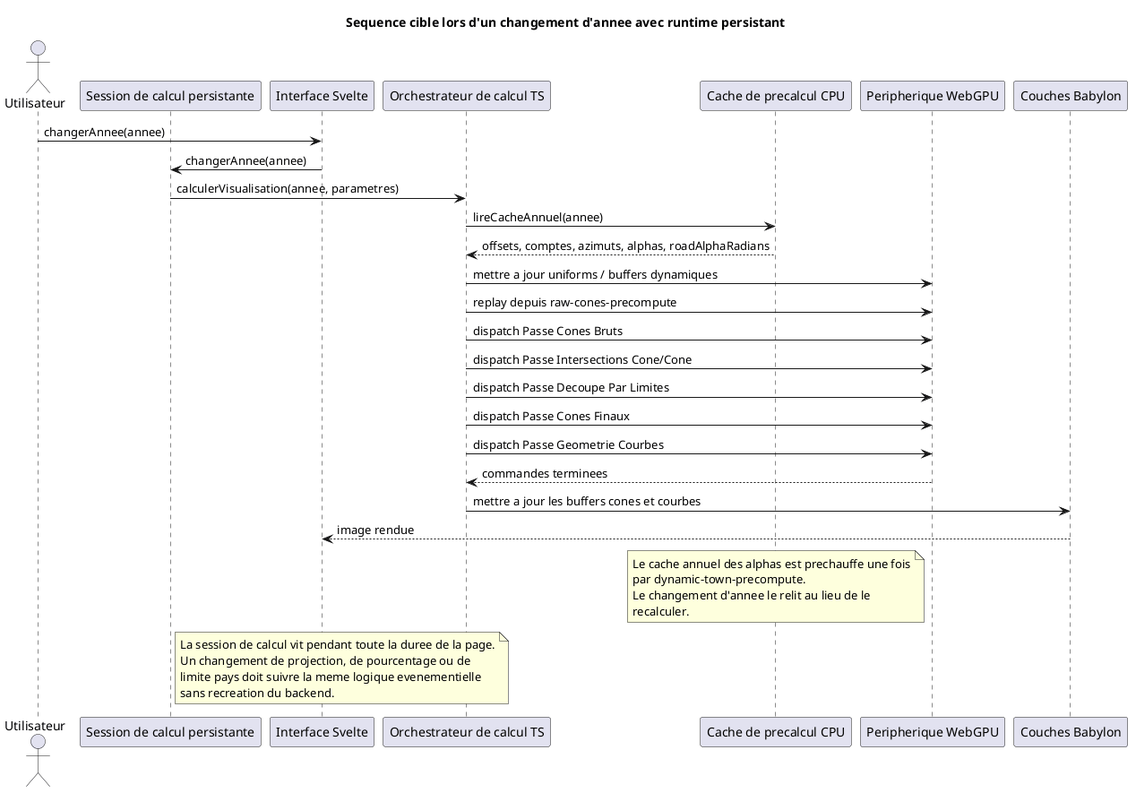
Before: docs/diagrams/precompute/06-change-year-sequence.png, a diagram exported from PlantUML (kaktus40/shriveling_world).
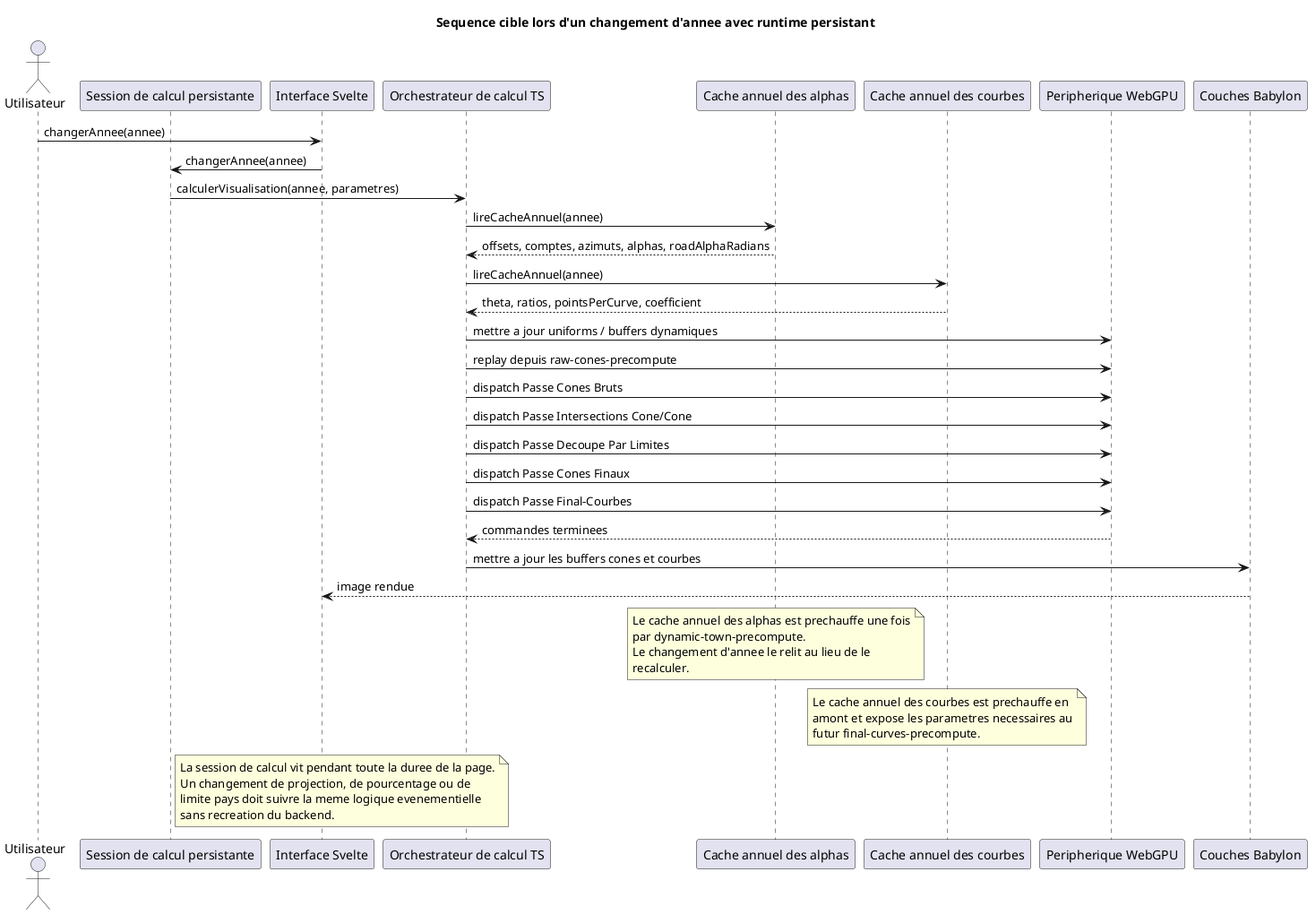
Above is the later version.

Commit message:
docs(m9): update annual cache diagrams

Change to the diagram source:
```diff
@@ -5,31 +5,40 @@
 participant "Session de calcul persistante" as Session
 participant "Interface Svelte" as UI
 participant "Orchestrateur de calcul TS" as TS
-participant "Cache de precalcul CPU" as Cache
+participant "Cache annuel des alphas" as CacheAlpha
+participant "Cache annuel des courbes" as CacheCurve
 participant "Peripherique WebGPU" as GPU
 participant "Couches Babylon" as Babylon
 
 Utilisateur -> UI : changerAnnee(annee)
 UI -> Session : changerAnnee(annee)
 Session -> TS : calculerVisualisation(annee, parametres)
-TS -> Cache : lireCacheAnnuel(annee)
-Cache --> TS : offsets, comptes, azimuts, alphas, roadAlphaRadians
+TS -> CacheAlpha : lireCacheAnnuel(annee)
+CacheAlpha --> TS : offsets, comptes, azimuts, alphas, roadAlphaRadians
+TS -> CacheCurve : lireCacheAnnuel(annee)
+CacheCurve --> TS : theta, ratios, pointsPerCurve, coefficient
 TS -> GPU : mettre a jour uniforms / buffers dynamiques
 TS -> GPU : replay depuis raw-cones-precompute
 TS -> GPU : dispatch Passe Cones Bruts
 TS -> GPU : dispatch Passe Intersections Cone/Cone
 TS -> GPU : dispatch Passe Decoupe Par Limites
 TS -> GPU : dispatch Passe Cones Finaux
-TS -> GPU : dispatch Passe Geometrie Courbes
+TS -> GPU : dispatch Passe Final-Courbes
 GPU --> TS : commandes terminees
 TS -> Babylon : mettre a jour les buffers cones et courbes
 Babylon --> UI : image rendue
 
-note over Cache
+note over CacheAlpha
   Le cache annuel des alphas est prechauffe une fois
   par dynamic-town-precompute.
   Le changement d'annee le relit au lieu de le
   recalculer.
+end note
+
+note over CacheCurve
+  Le cache annuel des courbes est prechauffe en
+  amont et expose les parametres necessaires au
+  futur final-curves-precompute.
 end note
 
 note right of Session
```
